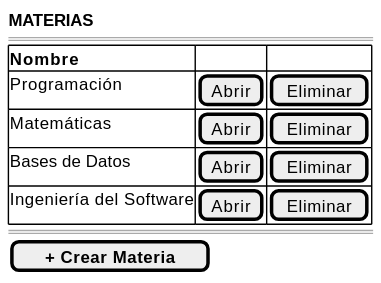
Above: images/RUP/01-requisitos/03-detalle-casos-uso/abrirMaterias/wireframe.svg in mmasias/pyCeldaPublico (PlantUML), before the change. Source of this version:
```plantuml
@startsalt abrirMaterias-wireframe
{
    <b>MATERIAS</b>
    ====
    {#
        <b>Nombre | . | .
        Programación | [Abrir] | [Eliminar]
        Matemáticas | [Abrir] | [Eliminar]
        Bases de Datos | [Abrir] | [Eliminar]
        Ingeniería del Software | [Abrir] | [Eliminar]
    }
    ====
    [ <b>+ Crear Materia</b> ]
}
@endsalt
```
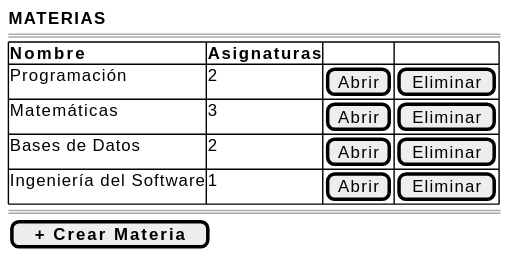
The same file after the commit.

The edit, as a diff of the source:
```diff
@@ -3,11 +3,11 @@
     <b>MATERIAS</b>
     ====
     {#
-        <b>Nombre | . | .
-        Programación | [Abrir] | [Eliminar]
-        Matemáticas | [Abrir] | [Eliminar]
-        Bases de Datos | [Abrir] | [Eliminar]
-        Ingeniería del Software | [Abrir] | [Eliminar]
+        <b>Nombre | <b>Asignaturas | . | .
+        Programación | 2 | [Abrir] | [Eliminar]
+        Matemáticas | 3 | [Abrir] | [Eliminar]
+        Bases de Datos | 2 | [Abrir] | [Eliminar]
+        Ingeniería del Software | 1 | [Abrir] | [Eliminar]
     }
     ====
     [ <b>+ Crear Materia</b> ]
```
